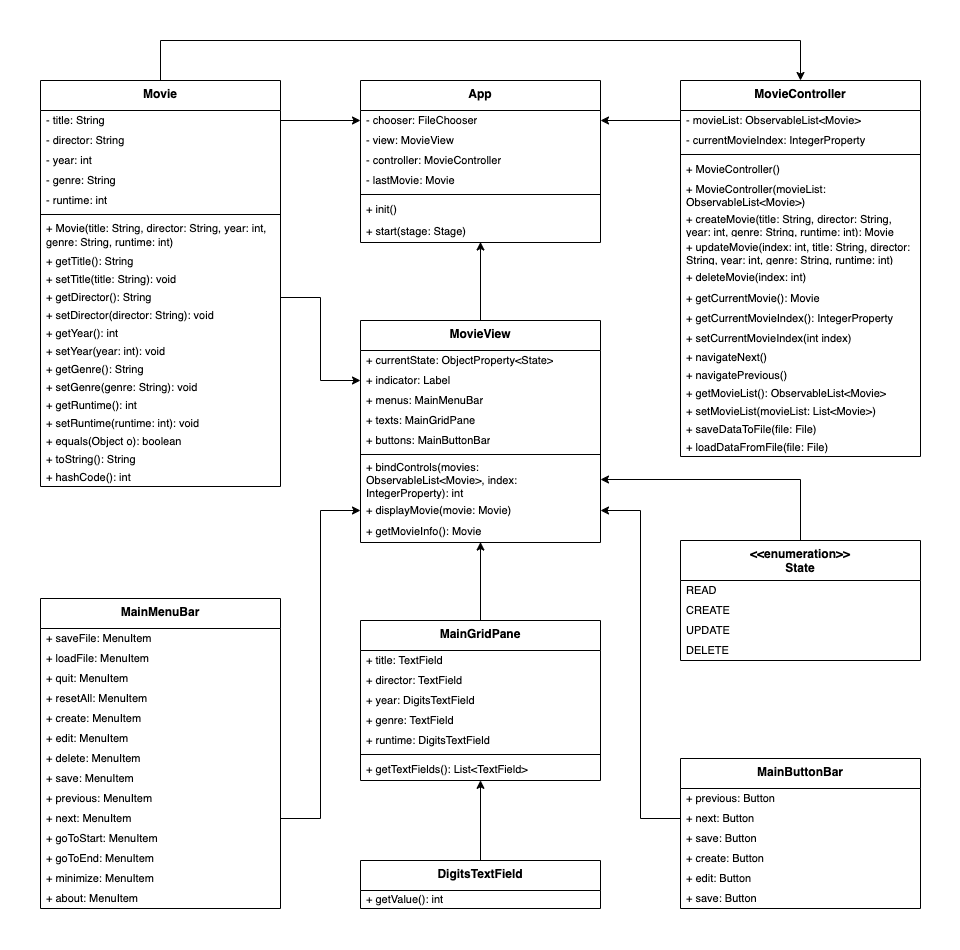
hanggrian/IIT-ITM510 keeps this draw.io diagram as assignments/proj1/diagram1.png. Above is the earlier version. Source tidied: cells renumbered, new cells last; positions are measured from the earlier drawing's top-left corner, leaving out a move shared by most shapes.
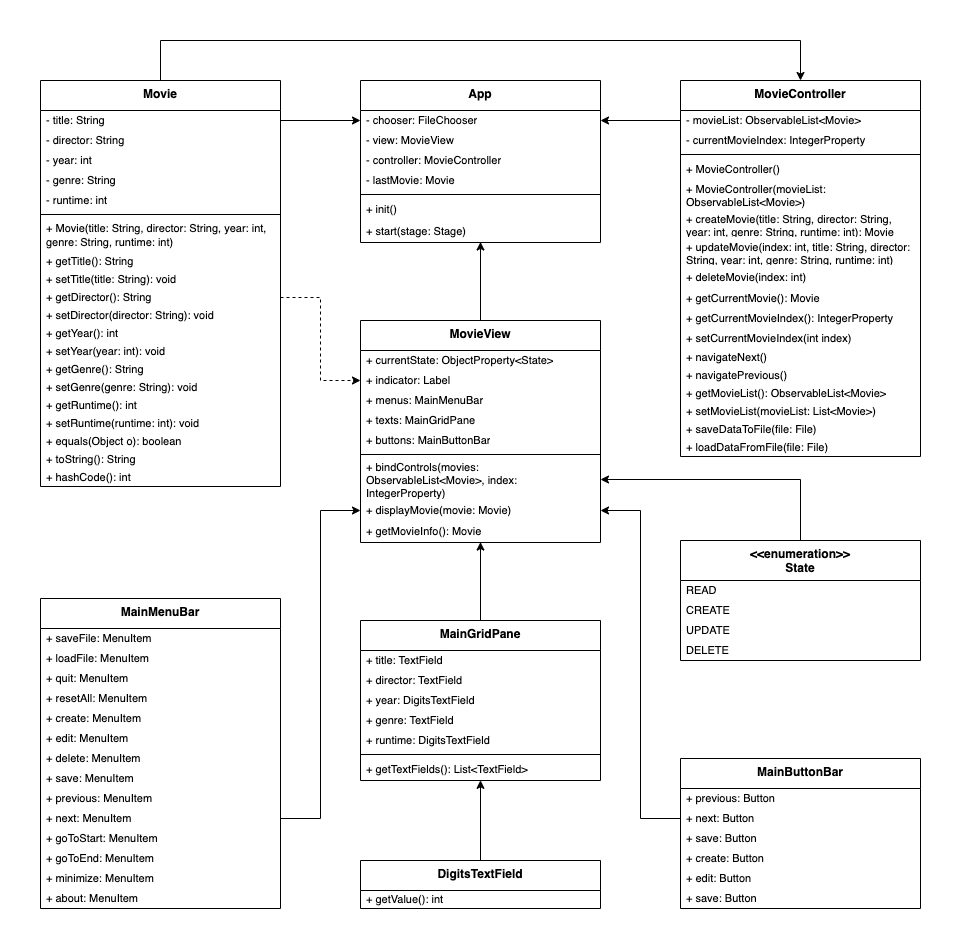
The same diagram one commit later.

Diff of the diagram source:
```diff
@@ -154,7 +154,7 @@
     <mxCell id="50" style="line;strokeWidth=1;fillColor=none;align=left;verticalAlign=middle;spacingTop=-1;spacingLeft=3;spacingRight=3;labelPosition=right;strokeColor=inherit;" parent="44" vertex="1">
       <mxGeometry y="130" width="240" height="8" as="geometry" />
     </mxCell>
-    <mxCell id="51" value="+&amp;nbsp;bindControls(movies: ObservableList&amp;lt;Movie&amp;gt;, index: IntegerProperty): int" style="text;strokeColor=none;fillColor=none;align=left;verticalAlign=middle;spacingLeft=4;spacingRight=4;overflow=hidden;points=[[0,0.5],[1,0.5]];portConstraint=eastwest;whiteSpace=wrap;html=1;fontSize=11;" parent="44" vertex="1">
+    <mxCell id="51" value="+&amp;nbsp;bindControls(movies: ObservableList&amp;lt;Movie&amp;gt;, index: IntegerProperty)" style="text;strokeColor=none;fillColor=none;align=left;verticalAlign=middle;spacingLeft=4;spacingRight=4;overflow=hidden;points=[[0,0.5],[1,0.5]];portConstraint=eastwest;whiteSpace=wrap;html=1;fontSize=11;" parent="44" vertex="1">
       <mxGeometry y="138" width="240" height="42" as="geometry" />
     </mxCell>
     <mxCell id="52" value="+&amp;nbsp;displayMovie(movie: Movie)" style="text;strokeColor=none;fillColor=none;align=left;verticalAlign=middle;spacingLeft=4;spacingRight=4;overflow=hidden;points=[[0,0.5],[1,0.5]];portConstraint=eastwest;whiteSpace=wrap;html=1;fontSize=11;" parent="44" vertex="1">
@@ -292,7 +292,7 @@
     <mxCell id="96" style="edgeStyle=orthogonalEdgeStyle;rounded=0;jettySize=auto;html=1;exitX=0.5;exitY=0;exitDx=0;exitDy=0;entryX=0.5;entryY=0.993;entryDx=0;entryDy=0;entryPerimeter=0;" parent="1" edge="1" source="24" target="68">
       <mxGeometry relative="1" as="geometry" />
     </mxCell>
-    <mxCell id="97" style="edgeStyle=orthogonalEdgeStyle;rounded=0;jettySize=auto;html=1;exitX=1;exitY=0.5;exitDx=0;exitDy=0;entryX=0;entryY=0.5;entryDx=0;entryDy=0;" parent="1" edge="1" source="13" target="46">
+    <mxCell id="97" style="edgeStyle=orthogonalEdgeStyle;rounded=0;jettySize=auto;html=1;exitX=1;exitY=0.5;exitDx=0;exitDy=0;entryX=0;entryY=0.5;entryDx=0;entryDy=0;dashed=1;" parent="1" edge="1" source="13" target="46">
       <mxGeometry relative="1" as="geometry" />
     </mxCell>
     <mxCell id="98" style="edgeStyle=orthogonalEdgeStyle;rounded=0;jettySize=auto;html=1;exitX=0.5;exitY=0;exitDx=0;exitDy=0;entryX=1;entryY=0.5;entryDx=0;entryDy=0;" parent="1" edge="1" source="99" target="51">
```
